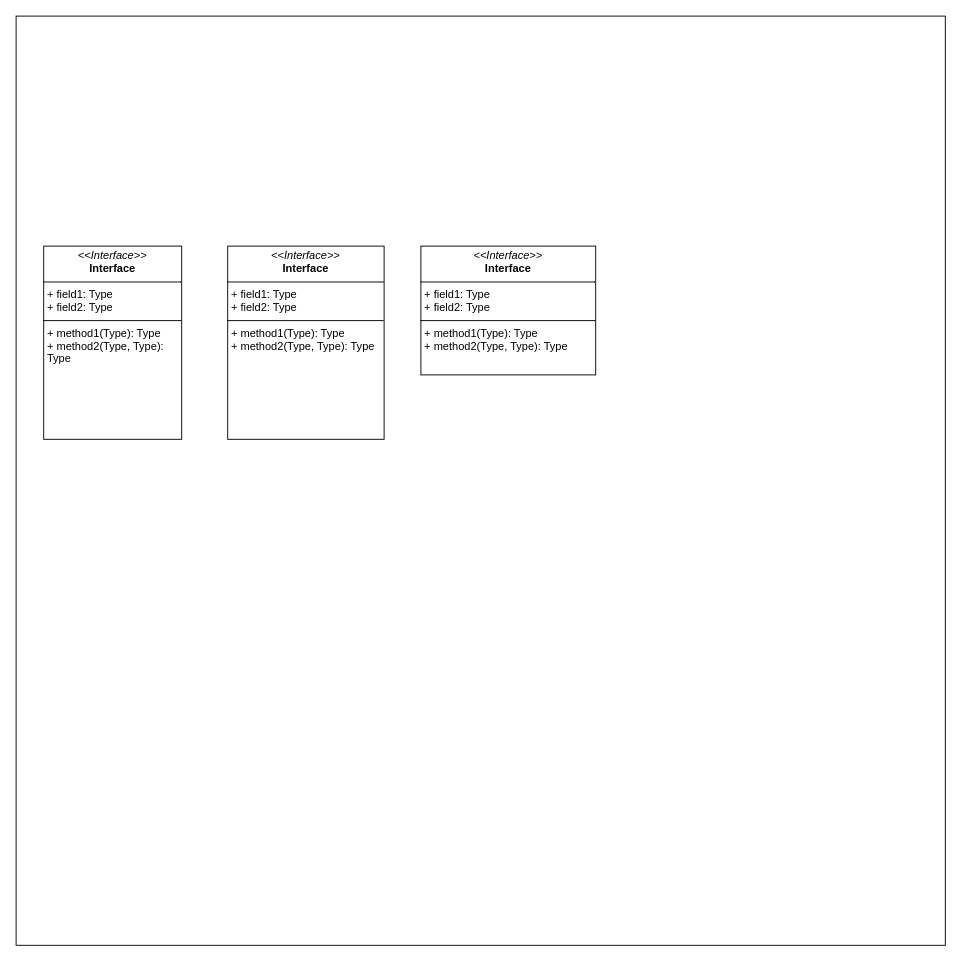
The draw.io diagram ClassDiagram.drawio in JordanTheCodeless/OOP_SDG_CA, before the edit. Source tidied: cells renumbered, new cells numbered last; positions are measured from the earlier drawing's top-left corner, leaving out a move shared by most shapes. Both pictures are drawn from the tidied source at 92%, with x=0, y=0 at pixel (16, 16).
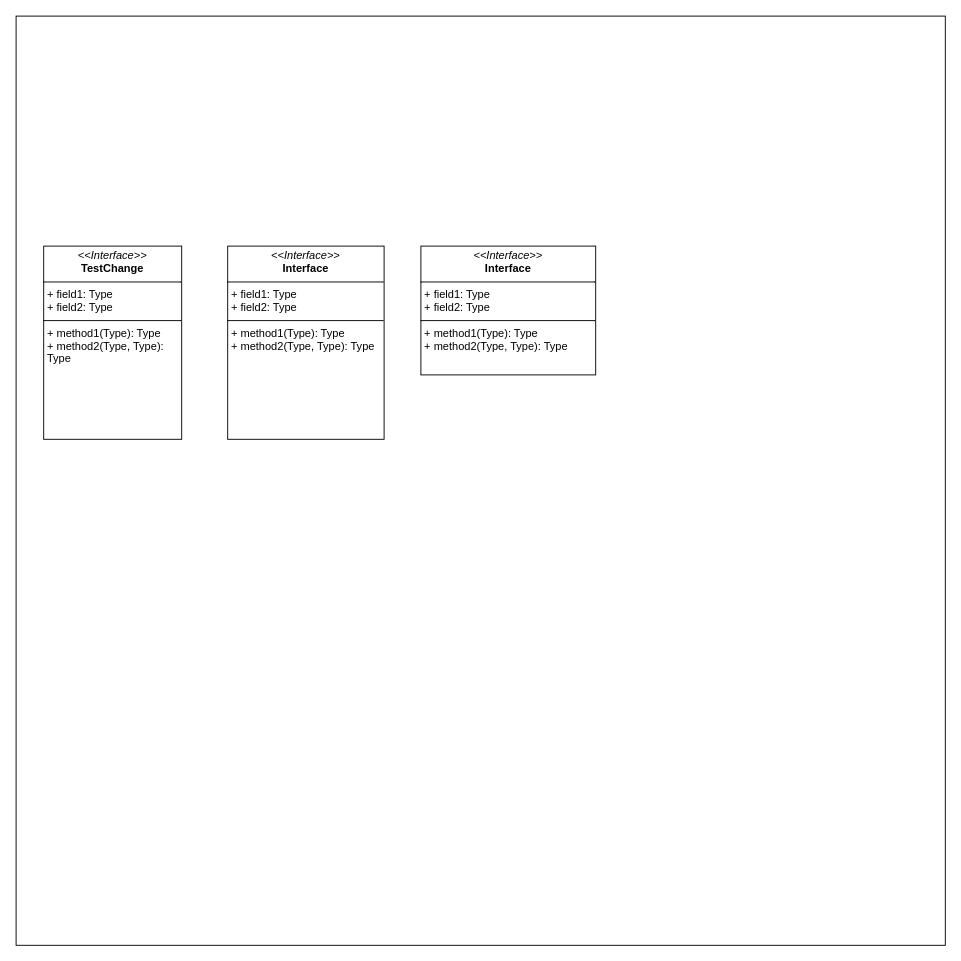
The same diagram, later.

Commit message:
Test update class diagram - Greg

Change to the diagram source:
```diff
@@
 <mxGraphModel>
   <root>
     <mxCell id="0" />
     <mxCell id="1" parent="0" />
     <mxCell id="2" style="whiteSpace=wrap;html=1;" parent="1" vertex="1">
       <mxGeometry width="1010" height="1010" as="geometry" />
     </mxCell>
-    <mxCell id="3" value="&lt;p style=&quot;margin:0px;margin-top:4px;text-align:center;&quot;&gt;&lt;i&gt;&amp;lt;&amp;lt;Interface&amp;gt;&amp;gt;&lt;/i&gt;&lt;br/&gt;&lt;b&gt;Interface&lt;/b&gt;&lt;/p&gt;&lt;hr size=&quot;1&quot; style=&quot;border-style:solid;&quot;/&gt;&lt;p style=&quot;margin:0px;margin-left:4px;&quot;&gt;+ field1: Type&lt;br/&gt;+ field2: Type&lt;/p&gt;&lt;hr size=&quot;1&quot; style=&quot;border-style:solid;&quot;/&gt;&lt;p style=&quot;margin:0px;margin-left:4px;&quot;&gt;+ method1(Type): Type&lt;br/&gt;+ method2(Type, Type): Type&lt;/p&gt;" style="verticalAlign=top;align=left;overflow=fill;html=1;whiteSpace=wrap;" parent="1" vertex="1">
+    <mxCell id="3" value="&lt;p style=&quot;margin:0px;margin-top:4px;text-align:center;&quot;&gt;&lt;i&gt;&amp;lt;&amp;lt;Interface&amp;gt;&amp;gt;&lt;/i&gt;&lt;br&gt;&lt;b&gt;TestChange&lt;/b&gt;&lt;/p&gt;&lt;hr size=&quot;1&quot; style=&quot;border-style:solid;&quot;&gt;&lt;p style=&quot;margin:0px;margin-left:4px;&quot;&gt;+ field1: Type&lt;br&gt;+ field2: Type&lt;/p&gt;&lt;hr size=&quot;1&quot; style=&quot;border-style:solid;&quot;&gt;&lt;p style=&quot;margin:0px;margin-left:4px;&quot;&gt;+ method1(Type): Type&lt;br&gt;+ method2(Type, Type): Type&lt;/p&gt;" style="verticalAlign=top;align=left;overflow=fill;html=1;whiteSpace=wrap;" parent="1" vertex="1">
       <mxGeometry x="30" y="250" width="150" height="210" as="geometry" />
     </mxCell>
     <mxCell id="4" value="&lt;p style=&quot;margin:0px;margin-top:4px;text-align:center;&quot;&gt;&lt;i&gt;&amp;lt;&amp;lt;Interface&amp;gt;&amp;gt;&lt;/i&gt;&lt;br/&gt;&lt;b&gt;Interface&lt;/b&gt;&lt;/p&gt;&lt;hr size=&quot;1&quot; style=&quot;border-style:solid;&quot;/&gt;&lt;p style=&quot;margin:0px;margin-left:4px;&quot;&gt;+ field1: Type&lt;br/&gt;+ field2: Type&lt;/p&gt;&lt;hr size=&quot;1&quot; style=&quot;border-style:solid;&quot;/&gt;&lt;p style=&quot;margin:0px;margin-left:4px;&quot;&gt;+ method1(Type): Type&lt;br/&gt;+ method2(Type, Type): Type&lt;/p&gt;" style="verticalAlign=top;align=left;overflow=fill;html=1;whiteSpace=wrap;" parent="1" vertex="1">
       <mxGeometry x="230" y="250" width="170" height="210" as="geometry" />
     </mxCell>
     <mxCell id="5" value="&lt;p style=&quot;margin:0px;margin-top:4px;text-align:center;&quot;&gt;&lt;i&gt;&amp;lt;&amp;lt;Interface&amp;gt;&amp;gt;&lt;/i&gt;&lt;br/&gt;&lt;b&gt;Interface&lt;/b&gt;&lt;/p&gt;&lt;hr size=&quot;1&quot; style=&quot;border-style:solid;&quot;/&gt;&lt;p style=&quot;margin:0px;margin-left:4px;&quot;&gt;+ field1: Type&lt;br/&gt;+ field2: Type&lt;/p&gt;&lt;hr size=&quot;1&quot; style=&quot;border-style:solid;&quot;/&gt;&lt;p style=&quot;margin:0px;margin-left:4px;&quot;&gt;+ method1(Type): Type&lt;br/&gt;+ method2(Type, Type): Type&lt;/p&gt;" style="verticalAlign=top;align=left;overflow=fill;html=1;whiteSpace=wrap;" parent="1" vertex="1">
       <mxGeometry x="440" y="250" width="190" height="140" as="geometry" />
     </mxCell>
   </root>
 </mxGraphModel>
```
